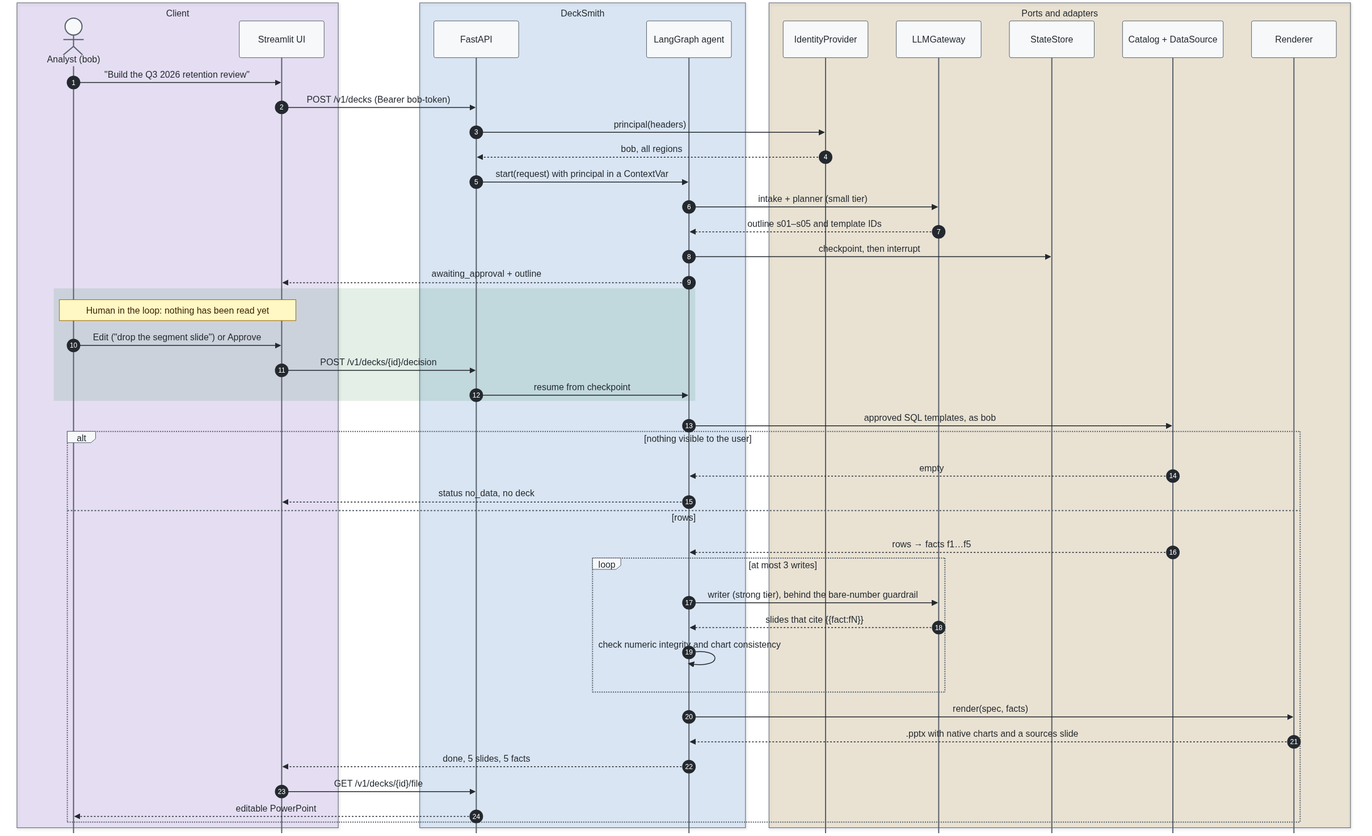
The Mermaid diagram docs/assets/diagrams/request-sequence.png in santoshshinde2012/deck-smith-local, before a commit. Its source is kept beside it as docs/diagrams/request-sequence.mmd. Its diagram source:
```mermaid
sequenceDiagram
  autonumber
  box rgba(130,80,223,0.14) Client
    actor U as Analyst (bob)
    participant UI as Streamlit UI
  end
  box rgba(9,105,218,0.12) DeckSmith
    participant API as FastAPI
    participant G as LangGraph agent
  end
  box rgba(154,103,0,0.14) Ports and adapters
    participant ID as IdentityProvider
    participant L as LLMGateway
    participant ST as StateStore
    participant D as Catalog + DataSource
    participant R as Renderer
  end

  U->>UI: "Build the Q3 2026 retention review"
  UI->>API: POST /v1/decks (Bearer bob-token)
  API->>ID: principal(headers)
  ID-->>API: bob, all regions
  API->>G: start(request) with principal in a ContextVar
  G->>L: intake + planner (small tier)
  L-->>G: outline s01–s05 and template IDs
  G->>ST: checkpoint, then interrupt
  G-->>UI: awaiting_approval + outline
  rect rgba(26,127,55,0.12)
    Note over U,UI: Human in the loop: nothing has been read yet
    U->>UI: Edit ("drop the segment slide") or Approve
    UI->>API: POST /v1/decks/{id}/decision
    API->>G: resume from checkpoint
  end
  G->>D: approved SQL templates, as bob
  alt nothing visible to the user
    D-->>G: empty
    G-->>UI: status no_data, no deck
  else rows
    D-->>G: rows → facts f1…f5
    loop at most 3 writes
      G->>L: writer (strong tier), behind the bare-number guardrail
      L-->>G: slides that cite {{fact:fN}}
      G->>G: check numeric integrity and chart consistency
    end
    G->>R: render(spec, facts)
    R-->>G: .pptx with native charts and a sources slide
    G-->>UI: done, 5 slides, 5 facts
    UI->>API: GET /v1/decks/{id}/file
    API-->>U: editable PowerPoint
  end
```
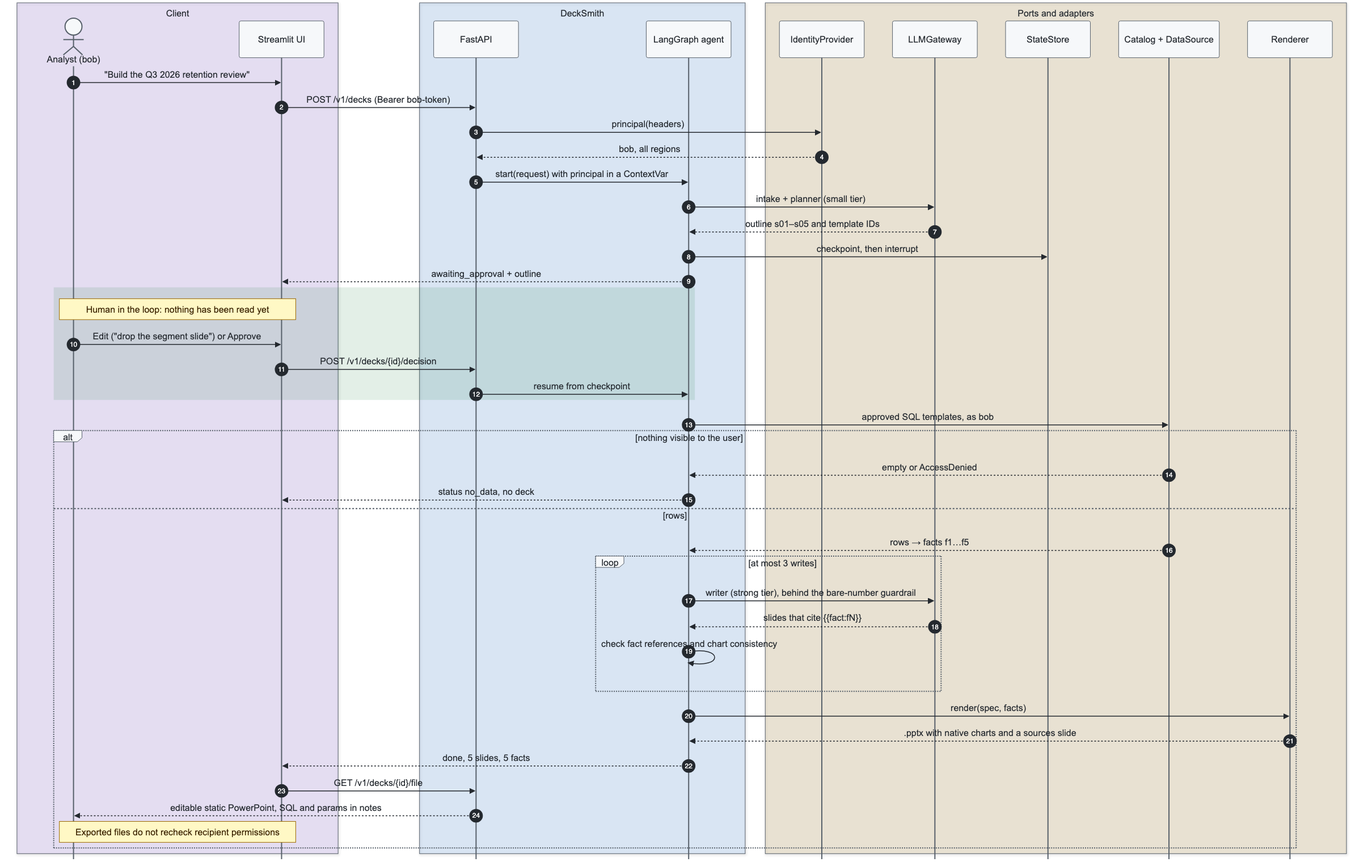
The same diagram one commit later.

What changed in the source:
```diff
@@ -33,18 +33,19 @@
   end
   G->>D: approved SQL templates, as bob
   alt nothing visible to the user
-    D-->>G: empty
+    D-->>G: empty or AccessDenied
     G-->>UI: status no_data, no deck
   else rows
     D-->>G: rows → facts f1…f5
     loop at most 3 writes
       G->>L: writer (strong tier), behind the bare-number guardrail
       L-->>G: slides that cite {{fact:fN}}
-      G->>G: check numeric integrity and chart consistency
+    G->>G: check fact references and chart consistency
     end
     G->>R: render(spec, facts)
     R-->>G: .pptx with native charts and a sources slide
     G-->>UI: done, 5 slides, 5 facts
     UI->>API: GET /v1/decks/{id}/file
-    API-->>U: editable PowerPoint
+    API-->>U: editable static PowerPoint, SQL and params in notes
+    Note over U,UI: Exported files do not recheck recipient permissions
   end
```
